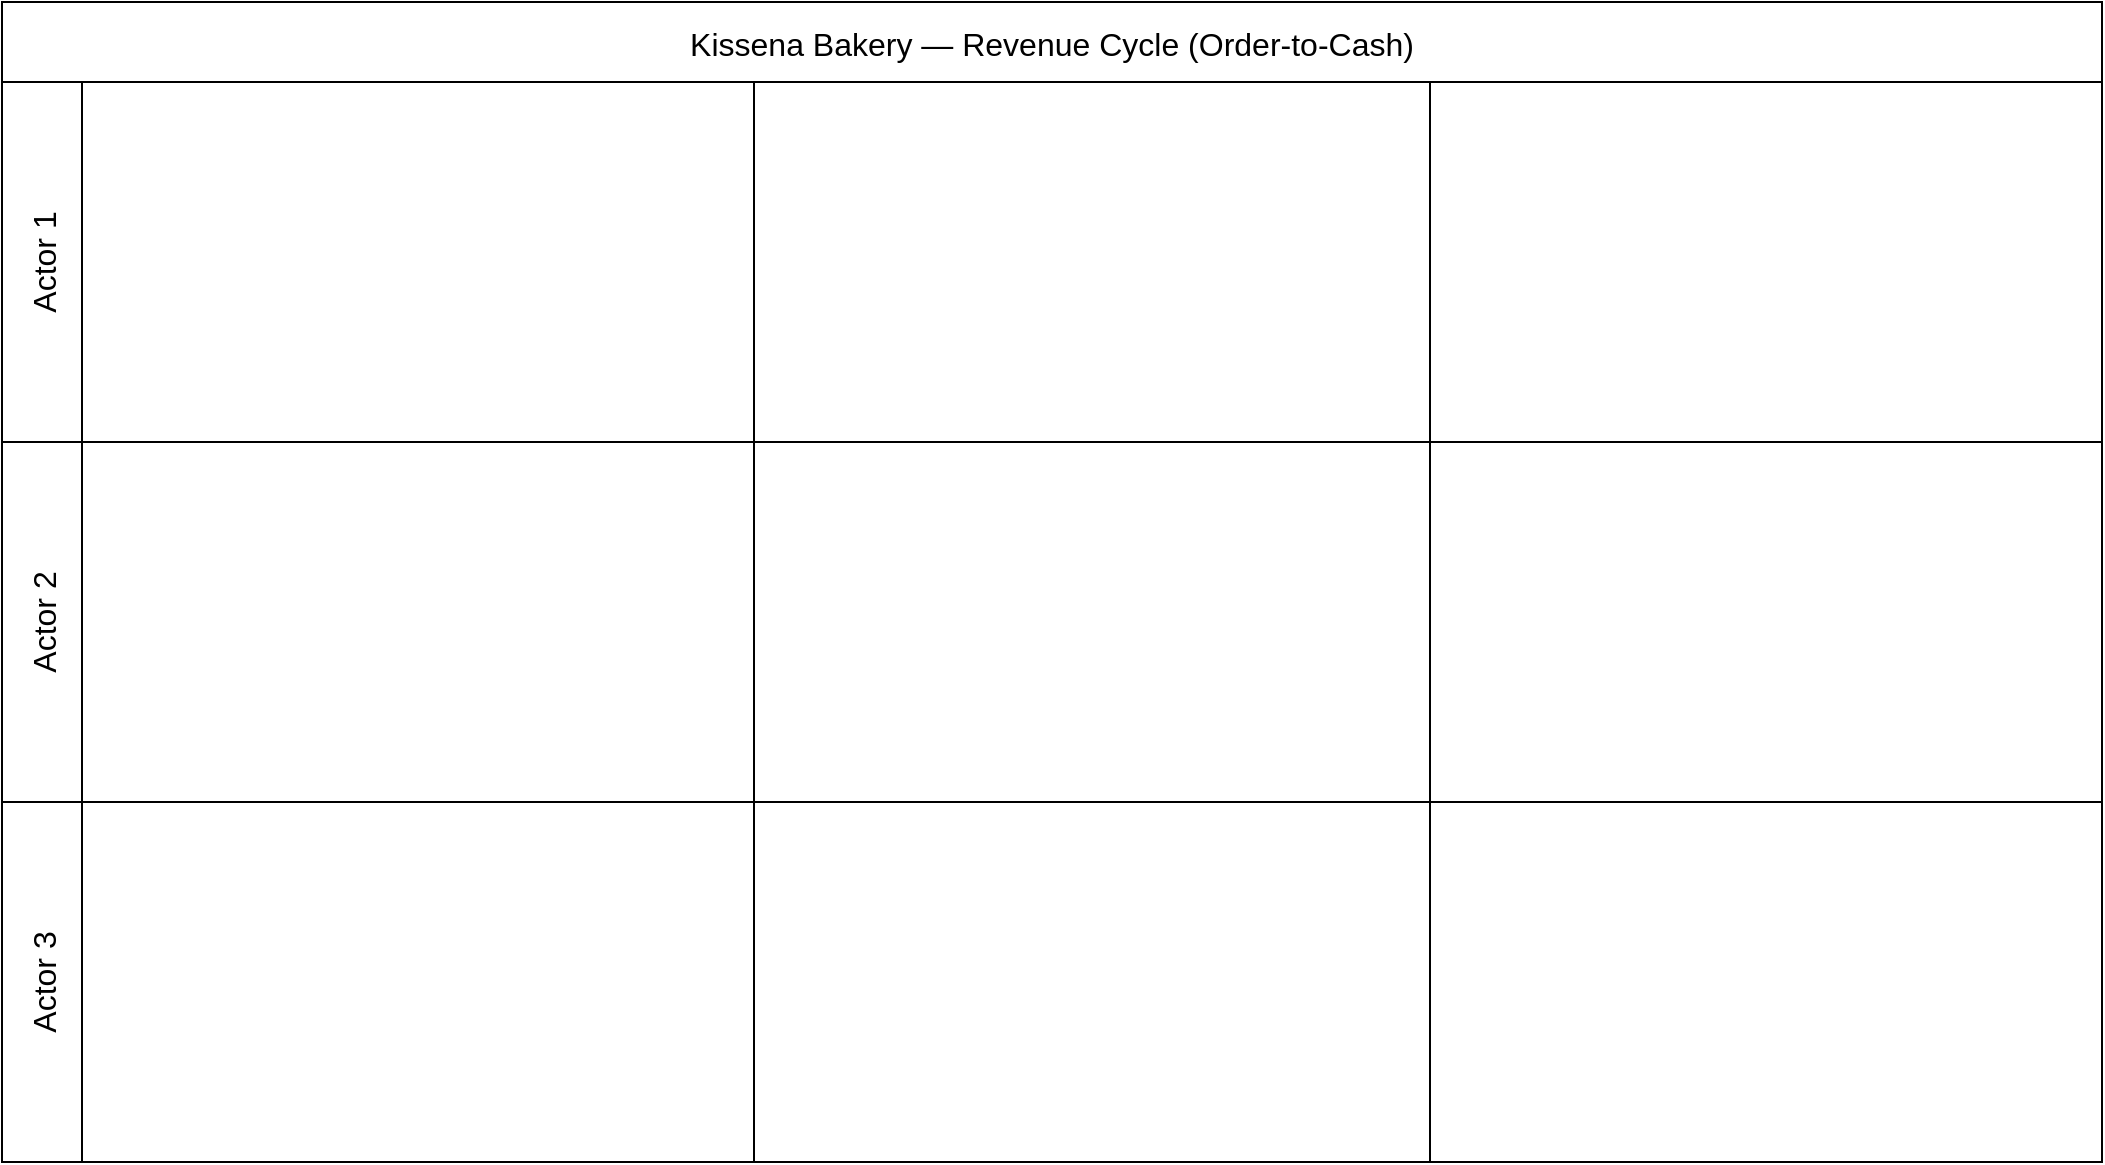
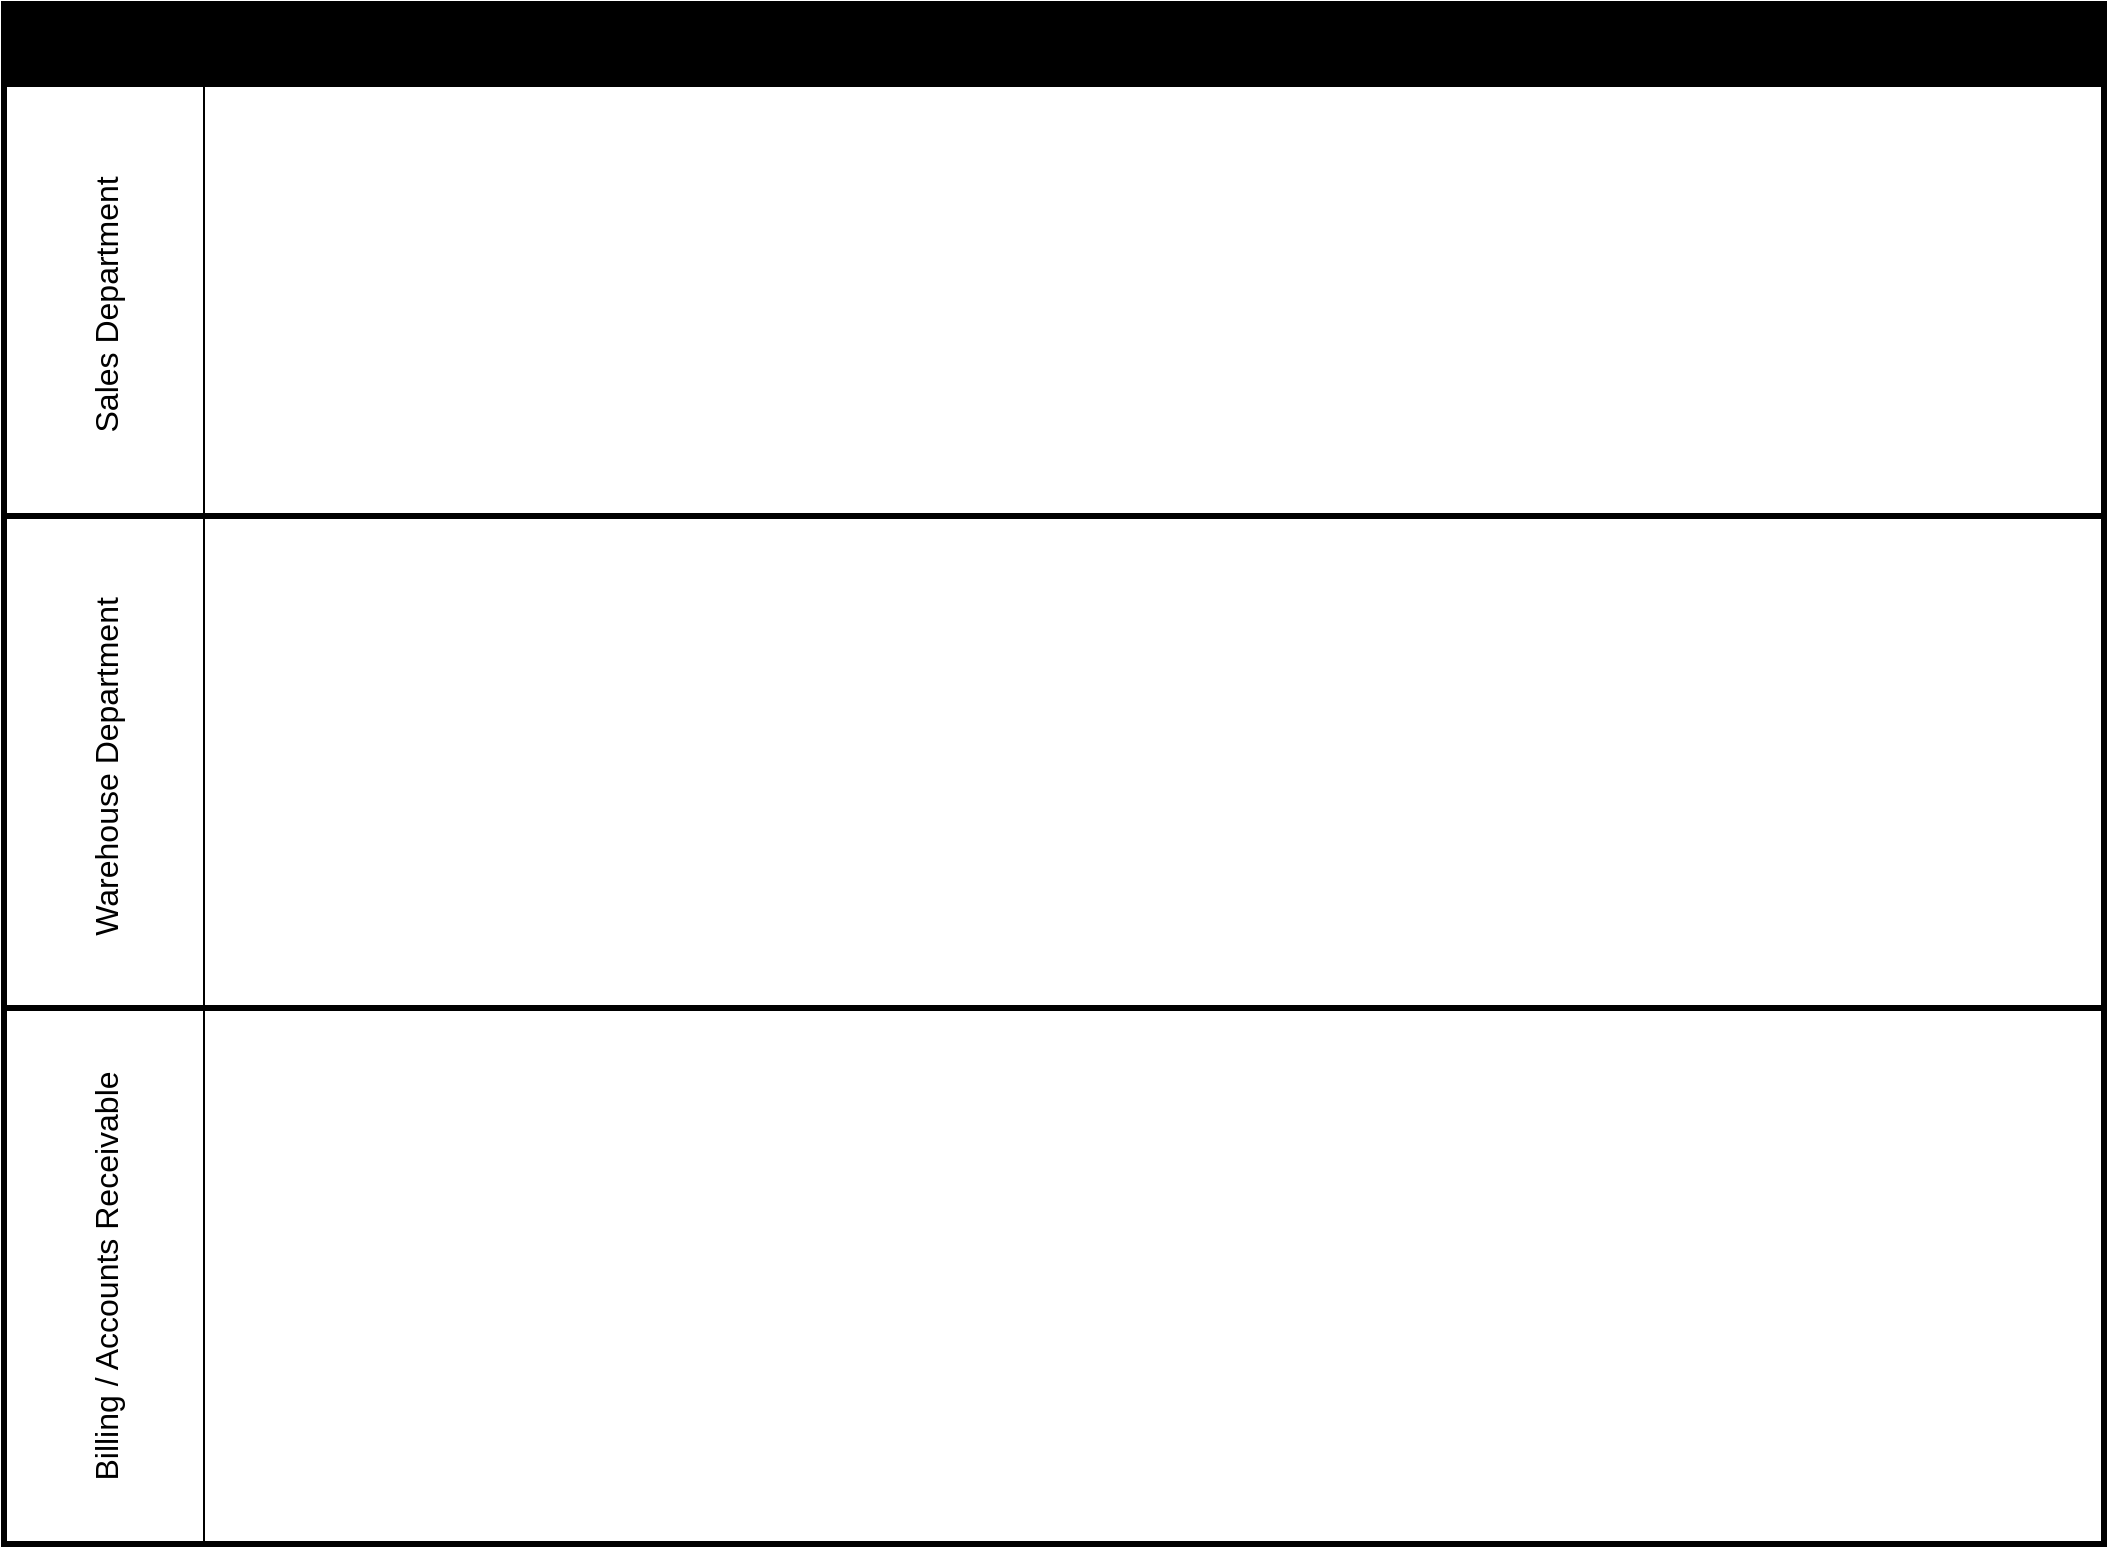
<mxfile host="app.diagrams.net">
  <diagram name="Page-1" id="JuwPx92q4KAnNjeC5ImY">
    <mxGraphModel dx="1356" dy="859" grid="1" gridSize="10" guides="1" tooltips="1" connect="1" arrows="1" fold="1" page="1" pageScale="1" pageWidth="1100" pageHeight="850" math="0" shadow="0">
      <root>
        <mxCell id="0" />
        <mxCell id="1" parent="0" />
-         <mxCell id="NQ8u1UKUMeSrLokraIQ_-5" parent="1" style="shape=table;childLayout=tableLayout;startSize=40;collapsible=0;recursiveResize=0;expand=0;fontSize=16;" value="Kissena Bakery — Revenue Cycle (Order-to-Cash)" vertex="1">
-           <mxGeometry height="580" width="1050" x="20" y="10" as="geometry" />
+         <mxCell id="NQ8u1UKUMeSrLokraIQ_-5" parent="1" style="shape=table;childLayout=tableLayout;startSize=40;collapsible=0;recursiveResize=0;expand=0;fontSize=16;fontColor=light-dark(#000000,#FF8000);fontStyle=1;labelBackgroundColor=none;labelBorderColor=none;fillColor=light-dark(#000000,#1A1A1A);strokeWidth=3;" value="Kissena Bakery — Revenue Cycle (Order-to-Cash)" vertex="1">
+           <mxGeometry height="770" width="1050" x="20" y="10" as="geometry" />
        </mxCell>
-         <mxCell id="NQ8u1UKUMeSrLokraIQ_-6" parent="NQ8u1UKUMeSrLokraIQ_-5" style="shape=tableRow;horizontal=0;swimlaneHead=0;swimlaneBody=0;top=0;left=0;strokeColor=inherit;bottom=0;right=0;dropTarget=0;fontStyle=0;fillColor=none;points=[[0,0.5],[1,0.5]];portConstraint=eastwest;startSize=40;collapsible=0;recursiveResize=0;expand=0;fontSize=16;" value="Actor 1" vertex="1">
-           <mxGeometry height="180" width="1050" y="40" as="geometry" />
+         <mxCell id="NQ8u1UKUMeSrLokraIQ_-6" parent="NQ8u1UKUMeSrLokraIQ_-5" style="shape=tableRow;horizontal=0;swimlaneHead=0;swimlaneBody=0;top=0;left=0;strokeColor=inherit;bottom=0;right=0;dropTarget=0;fontStyle=0;fillColor=none;points=[[0,0.5],[1,0.5]];portConstraint=eastwest;startSize=100;collapsible=0;recursiveResize=0;expand=0;fontSize=16;" value="Sales Department " vertex="1">
+           <mxGeometry height="216" width="1050" y="40" as="geometry" />
        </mxCell>
        <mxCell id="NQ8u1UKUMeSrLokraIQ_-7" parent="NQ8u1UKUMeSrLokraIQ_-6" style="swimlane;swimlaneHead=0;swimlaneBody=0;fontStyle=0;strokeColor=inherit;connectable=0;fillColor=none;startSize=0;collapsible=0;recursiveResize=0;expand=0;fontSize=16;" value="" vertex="1">
-           <mxGeometry height="180" width="336" x="40" as="geometry">
-             <mxRectangle height="180" width="336" as="alternateBounds" />
+           <mxGeometry height="216" width="950" x="100" as="geometry">
+             <mxRectangle height="216" width="950" as="alternateBounds" />
          </mxGeometry>
        </mxCell>
-         <mxCell id="NQ8u1UKUMeSrLokraIQ_-8" parent="NQ8u1UKUMeSrLokraIQ_-6" style="swimlane;swimlaneHead=0;swimlaneBody=0;fontStyle=0;strokeColor=inherit;connectable=0;fillColor=none;startSize=0;collapsible=0;recursiveResize=0;expand=0;fontSize=16;" value="" vertex="1">
-           <mxGeometry height="180" width="338" x="376" as="geometry">
-             <mxRectangle height="180" width="338" as="alternateBounds" />
+         <mxCell id="NQ8u1UKUMeSrLokraIQ_-10" parent="NQ8u1UKUMeSrLokraIQ_-5" style="shape=tableRow;horizontal=0;swimlaneHead=0;swimlaneBody=0;top=0;left=0;strokeColor=inherit;bottom=0;right=0;dropTarget=0;fontStyle=0;fillColor=none;points=[[0,0.5],[1,0.5]];portConstraint=eastwest;startSize=100;collapsible=0;recursiveResize=0;expand=0;fontSize=16;" value="Warehouse Department " vertex="1">
+           <mxGeometry height="246" width="1050" y="256" as="geometry" />
+         </mxCell>
+         <mxCell id="NQ8u1UKUMeSrLokraIQ_-11" parent="NQ8u1UKUMeSrLokraIQ_-10" style="swimlane;swimlaneHead=0;swimlaneBody=0;fontStyle=0;connectable=0;strokeColor=inherit;fillColor=none;startSize=0;collapsible=0;recursiveResize=0;expand=0;fontSize=16;" value="" vertex="1">
+           <mxGeometry height="246" width="950" x="100" as="geometry">
+             <mxRectangle height="246" width="950" as="alternateBounds" />
          </mxGeometry>
        </mxCell>
-         <mxCell id="NQ8u1UKUMeSrLokraIQ_-9" parent="NQ8u1UKUMeSrLokraIQ_-6" style="swimlane;swimlaneHead=0;swimlaneBody=0;fontStyle=0;strokeColor=inherit;connectable=0;fillColor=none;startSize=0;collapsible=0;recursiveResize=0;expand=0;fontSize=16;" value="" vertex="1">
-           <mxGeometry height="180" width="336" x="714" as="geometry">
-             <mxRectangle height="180" width="336" as="alternateBounds" />
-           </mxGeometry>
-         </mxCell>
-         <mxCell id="NQ8u1UKUMeSrLokraIQ_-10" parent="NQ8u1UKUMeSrLokraIQ_-5" style="shape=tableRow;horizontal=0;swimlaneHead=0;swimlaneBody=0;top=0;left=0;strokeColor=inherit;bottom=0;right=0;dropTarget=0;fontStyle=0;fillColor=none;points=[[0,0.5],[1,0.5]];portConstraint=eastwest;startSize=40;collapsible=0;recursiveResize=0;expand=0;fontSize=16;" value="Actor 2" vertex="1">
-           <mxGeometry height="180" width="1050" y="220" as="geometry" />
-         </mxCell>
-         <mxCell id="NQ8u1UKUMeSrLokraIQ_-11" parent="NQ8u1UKUMeSrLokraIQ_-10" style="swimlane;swimlaneHead=0;swimlaneBody=0;fontStyle=0;connectable=0;strokeColor=inherit;fillColor=none;startSize=0;collapsible=0;recursiveResize=0;expand=0;fontSize=16;" value="" vertex="1">
-           <mxGeometry height="180" width="336" x="40" as="geometry">
-             <mxRectangle height="180" width="336" as="alternateBounds" />
-           </mxGeometry>
-         </mxCell>
-         <mxCell id="NQ8u1UKUMeSrLokraIQ_-12" parent="NQ8u1UKUMeSrLokraIQ_-10" style="swimlane;swimlaneHead=0;swimlaneBody=0;fontStyle=0;connectable=0;strokeColor=inherit;fillColor=none;startSize=0;collapsible=0;recursiveResize=0;expand=0;fontSize=16;" value="" vertex="1">
-           <mxGeometry height="180" width="338" x="376" as="geometry">
-             <mxRectangle height="180" width="338" as="alternateBounds" />
-           </mxGeometry>
-         </mxCell>
-         <mxCell id="NQ8u1UKUMeSrLokraIQ_-13" parent="NQ8u1UKUMeSrLokraIQ_-10" style="swimlane;swimlaneHead=0;swimlaneBody=0;fontStyle=0;connectable=0;strokeColor=inherit;fillColor=none;startSize=0;collapsible=0;recursiveResize=0;expand=0;fontSize=16;" value="" vertex="1">
-           <mxGeometry height="180" width="336" x="714" as="geometry">
-             <mxRectangle height="180" width="336" as="alternateBounds" />
-           </mxGeometry>
-         </mxCell>
-         <mxCell id="NQ8u1UKUMeSrLokraIQ_-14" parent="NQ8u1UKUMeSrLokraIQ_-5" style="shape=tableRow;horizontal=0;swimlaneHead=0;swimlaneBody=0;top=0;left=0;strokeColor=inherit;bottom=0;right=0;dropTarget=0;fontStyle=0;fillColor=none;points=[[0,0.5],[1,0.5]];portConstraint=eastwest;startSize=40;collapsible=0;recursiveResize=0;expand=0;fontSize=16;" value="Actor 3" vertex="1">
-           <mxGeometry height="180" width="1050" y="400" as="geometry" />
+         <mxCell id="NQ8u1UKUMeSrLokraIQ_-14" parent="NQ8u1UKUMeSrLokraIQ_-5" style="shape=tableRow;horizontal=0;swimlaneHead=0;swimlaneBody=0;top=0;left=0;strokeColor=inherit;bottom=0;right=0;dropTarget=0;fontStyle=0;fillColor=none;points=[[0,0.5],[1,0.5]];portConstraint=eastwest;startSize=100;collapsible=0;recursiveResize=0;expand=0;fontSize=16;" value="Billing / Accounts Receivable" vertex="1">
+           <mxGeometry height="268" width="1050" y="502" as="geometry" />
        </mxCell>
        <mxCell id="NQ8u1UKUMeSrLokraIQ_-15" parent="NQ8u1UKUMeSrLokraIQ_-14" style="swimlane;swimlaneHead=0;swimlaneBody=0;fontStyle=0;connectable=0;strokeColor=inherit;fillColor=none;startSize=0;collapsible=0;recursiveResize=0;expand=0;fontSize=16;" value="" vertex="1">
-           <mxGeometry height="180" width="336" x="40" as="geometry">
-             <mxRectangle height="180" width="336" as="alternateBounds" />
-           </mxGeometry>
-         </mxCell>
-         <mxCell id="NQ8u1UKUMeSrLokraIQ_-16" parent="NQ8u1UKUMeSrLokraIQ_-14" style="swimlane;swimlaneHead=0;swimlaneBody=0;fontStyle=0;connectable=0;strokeColor=inherit;fillColor=none;startSize=0;collapsible=0;recursiveResize=0;expand=0;fontSize=16;" value="" vertex="1">
-           <mxGeometry height="180" width="338" x="376" as="geometry">
-             <mxRectangle height="180" width="338" as="alternateBounds" />
-           </mxGeometry>
-         </mxCell>
-         <mxCell id="NQ8u1UKUMeSrLokraIQ_-17" parent="NQ8u1UKUMeSrLokraIQ_-14" style="swimlane;swimlaneHead=0;swimlaneBody=0;fontStyle=0;connectable=0;strokeColor=inherit;fillColor=none;startSize=0;collapsible=0;recursiveResize=0;expand=0;fontSize=16;" value="" vertex="1">
-           <mxGeometry height="180" width="336" x="714" as="geometry">
-             <mxRectangle height="180" width="336" as="alternateBounds" />
+           <mxGeometry height="268" width="950" x="100" as="geometry">
+             <mxRectangle height="268" width="950" as="alternateBounds" />
          </mxGeometry>
        </mxCell>
      </root>
    </mxGraphModel>
  </diagram>
</mxfile>
